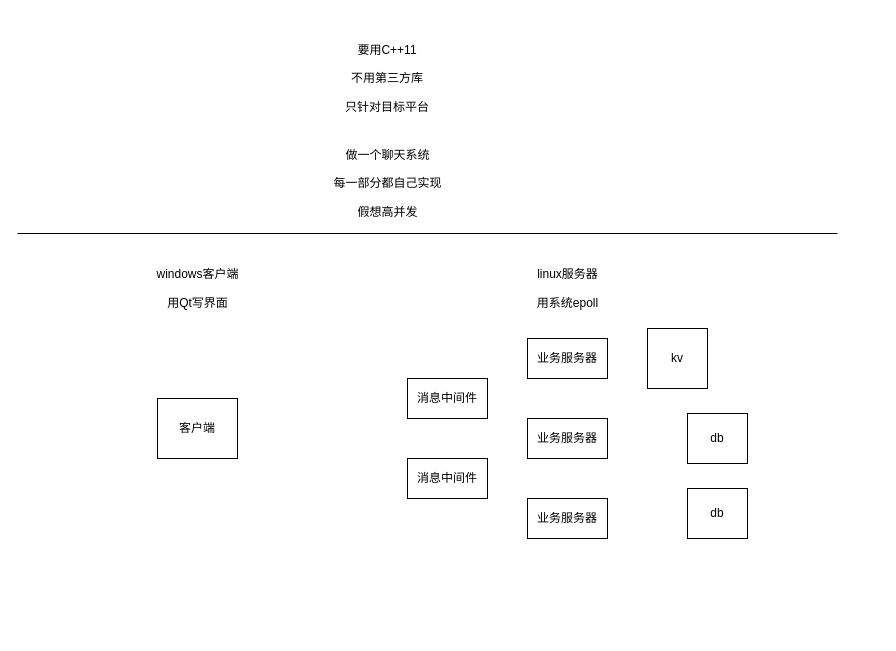
Before: mywheel.drawio in xuelei20/drawio, a draw.io diagram. Source tidied: cells renumbered, new cells numbered last; positions are measured from the earlier drawing's top-left corner, leaving out a move shared by most shapes. Both pictures are drawn from the tidied source at 100%, with x=0, y=0 at pixel (17, 43).
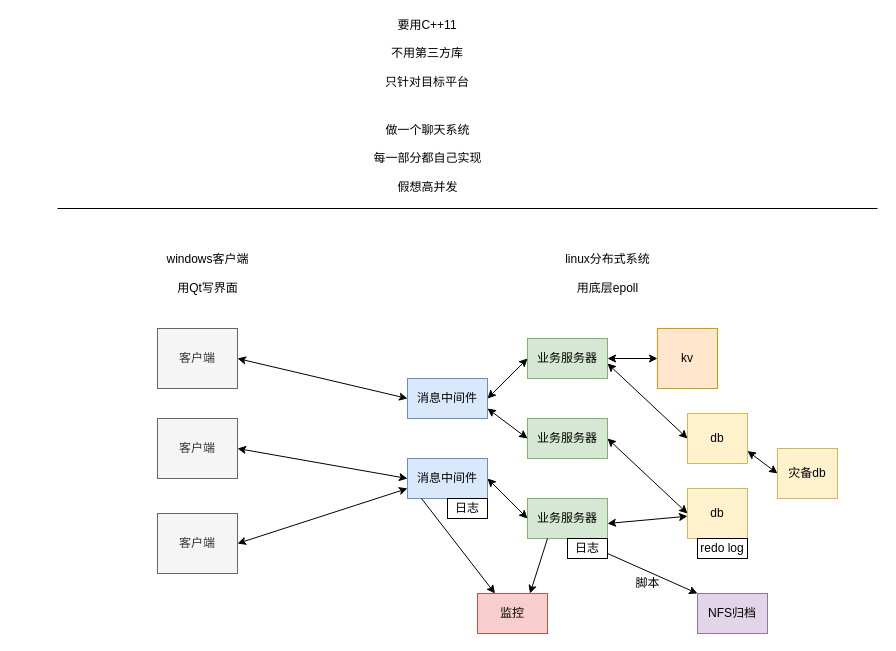
Above is the later version.

The edit, as a diff of the source:
```diff
@@
-    <mxCell id="2" value="业务服务器" style="rounded=0;whiteSpace=wrap;html=1;" parent="1" vertex="1">
+    <mxCell id="2" value="业务服务器" style="rounded=0;whiteSpace=wrap;html=1;fillColor=#d5e8d4;strokeColor=#82b366;" parent="1" vertex="1">
       <mxGeometry x="510" y="295" width="80" height="40" as="geometry" />
     </mxCell>
     <mxCell id="3" value="要用C++11&lt;br&gt;&lt;br&gt;不用第三方库&lt;br&gt;&lt;br&gt;只针对目标平台" style="text;html=1;strokeColor=none;fillColor=none;align=center;verticalAlign=middle;whiteSpace=wrap;rounded=0;" parent="1" vertex="1">
-      <mxGeometry x="280" width="180" height="70" as="geometry" />
+      <mxGeometry x="320" y="-25" width="180" height="70" as="geometry" />
     </mxCell>
-    <mxCell id="4" value="业务服务器" style="rounded=0;whiteSpace=wrap;html=1;" parent="1" vertex="1">
+    <mxCell id="4" value="业务服务器" style="rounded=0;whiteSpace=wrap;html=1;fillColor=#d5e8d4;strokeColor=#82b366;" parent="1" vertex="1">
       <mxGeometry x="510" y="375" width="80" height="40" as="geometry" />
     </mxCell>
-    <mxCell id="5" value="db" style="rounded=0;whiteSpace=wrap;html=1;" parent="1" vertex="1">
+    <mxCell id="5" value="db" style="rounded=0;whiteSpace=wrap;html=1;fillColor=#fff2cc;strokeColor=#d6b656;" parent="1" vertex="1">
       <mxGeometry x="670" y="370" width="60" height="50" as="geometry" />
     </mxCell>
-    <mxCell id="6" value="db" style="rounded=0;whiteSpace=wrap;html=1;" parent="1" vertex="1">
+    <mxCell id="6" value="db" style="rounded=0;whiteSpace=wrap;html=1;fillColor=#fff2cc;strokeColor=#d6b656;" parent="1" vertex="1">
       <mxGeometry x="670" y="445" width="60" height="50" as="geometry" />
     </mxCell>
-    <mxCell id="7" value="消息中间件" style="rounded=0;whiteSpace=wrap;html=1;" parent="1" vertex="1">
+    <mxCell id="7" value="消息中间件" style="rounded=0;whiteSpace=wrap;html=1;fillColor=#dae8fc;strokeColor=#6c8ebf;" parent="1" vertex="1">
       <mxGeometry x="390" y="335" width="80" height="40" as="geometry" />
     </mxCell>
-    <mxCell id="8" value="消息中间件" style="rounded=0;whiteSpace=wrap;html=1;" parent="1" vertex="1">
+    <mxCell id="8" value="消息中间件" style="rounded=0;whiteSpace=wrap;html=1;fillColor=#dae8fc;strokeColor=#6c8ebf;" parent="1" vertex="1">
       <mxGeometry x="390" y="415" width="80" height="40" as="geometry" />
     </mxCell>
-    <mxCell id="9" value="业务服务器" style="rounded=0;whiteSpace=wrap;html=1;" parent="1" vertex="1">
+    <mxCell id="9" value="业务服务器" style="rounded=0;whiteSpace=wrap;html=1;fillColor=#d5e8d4;strokeColor=#82b366;" parent="1" vertex="1">
       <mxGeometry x="510" y="455" width="80" height="40" as="geometry" />
     </mxCell>
-    <mxCell id="10" value="kv" style="rounded=0;whiteSpace=wrap;html=1;" parent="1" vertex="1">
-      <mxGeometry x="630" y="285" width="60" height="60" as="geometry" />
+    <mxCell id="10" value="kv" style="rounded=0;whiteSpace=wrap;html=1;fillColor=#ffe6cc;strokeColor=#d79b00;" parent="1" vertex="1">
+      <mxGeometry x="640" y="285" width="60" height="60" as="geometry" />
     </mxCell>
-    <mxCell id="11" value="linux服务器&lt;br&gt;&lt;br&gt;用系统epoll" style="text;html=1;align=center;verticalAlign=middle;" parent="1" vertex="1">
-      <mxGeometry x="510" y="220" width="80" height="50" as="geometry" />
+    <mxCell id="11" value="linux分布式系统&lt;br&gt;&lt;br&gt;用底层epoll" style="text;html=1;align=center;verticalAlign=middle;" parent="1" vertex="1">
+      <mxGeometry x="540" y="205" width="100" height="50" as="geometry" />
     </mxCell>
     <mxCell id="12" value="做一个聊天系统&lt;br&gt;&lt;br&gt;每一部分都自己实现&lt;br&gt;&lt;br&gt;假想高并发" style="text;html=1;align=center;verticalAlign=middle;" parent="1" vertex="1">
-      <mxGeometry x="310" y="100" width="120" height="80" as="geometry" />
+      <mxGeometry x="350" y="75" width="120" height="80" as="geometry" />
     </mxCell>
     <mxCell id="13" value="windows客户端&lt;br&gt;&lt;br&gt;用Qt写界面" style="text;html=1;align=center;verticalAlign=middle;" parent="1" vertex="1">
-      <mxGeometry x="130" y="220" width="100" height="50" as="geometry" />
+      <mxGeometry x="140" y="205" width="100" height="50" as="geometry" />
     </mxCell>
-    <mxCell id="14" value="客户端" style="rounded=0;whiteSpace=wrap;html=1;" parent="1" vertex="1">
-      <mxGeometry x="140" y="355" width="80" height="60" as="geometry" />
+    <mxCell id="14" value="客户端" style="rounded=0;whiteSpace=wrap;html=1;fillColor=#f5f5f5;strokeColor=#666666;fontColor=#333333;" parent="1" vertex="1">
+      <mxGeometry x="140" y="285" width="80" height="60" as="geometry" />
     </mxCell>
     <mxCell id="15" style="endArrow=none;html=1;" parent="1" edge="1">
       <mxGeometry relative="1" as="geometry">
-        <mxPoint y="190" as="sourcePoint" />
-        <mxPoint x="820" y="190" as="targetPoint" />
+        <mxPoint x="40" y="165" as="sourcePoint" />
+        <mxPoint x="860" y="165" as="targetPoint" />
       </mxGeometry>
     </mxCell>
+    <mxCell id="16" value="监控" style="rounded=0;whiteSpace=wrap;html=1;fillColor=#f8cecc;strokeColor=#b85450;" parent="1" vertex="1">
+      <mxGeometry x="460" y="550" width="70" height="40" as="geometry" />
+    </mxCell>
+    <mxCell id="17" value="日志" style="rounded=0;whiteSpace=wrap;html=1;fillColor=#ffffff;" parent="1" vertex="1">
+      <mxGeometry x="550" y="495" width="40" height="20" as="geometry" />
+    </mxCell>
+    <mxCell id="18" style="endArrow=classic;startArrow=classic;html=1;exitX=1;exitY=0.5;exitDx=0;exitDy=0;entryX=0;entryY=0.5;entryDx=0;entryDy=0;" parent="1" edge="1" source="14" target="7">
+      <mxGeometry relative="1" as="geometry" />
+    </mxCell>
+    <mxCell id="19" style="endArrow=classic;startArrow=classic;html=1;exitX=1;exitY=0.5;exitDx=0;exitDy=0;entryX=0;entryY=0.5;entryDx=0;entryDy=0;" parent="1" edge="1" source="20" target="8">
+      <mxGeometry relative="1" as="geometry" />
+    </mxCell>
+    <mxCell id="20" value="客户端" style="rounded=0;whiteSpace=wrap;html=1;fillColor=#f5f5f5;strokeColor=#666666;fontColor=#333333;" parent="1" vertex="1">
+      <mxGeometry x="140" y="375" width="80" height="60" as="geometry" />
+    </mxCell>
+    <mxCell id="21" style="endArrow=classic;startArrow=classic;html=1;entryX=0;entryY=0.5;entryDx=0;entryDy=0;exitX=1;exitY=0.5;exitDx=0;exitDy=0;" parent="1" edge="1" source="7" target="2">
+      <mxGeometry relative="1" as="geometry" />
+    </mxCell>
+    <mxCell id="22" style="endArrow=classic;startArrow=classic;html=1;entryX=0;entryY=0.5;entryDx=0;entryDy=0;exitX=1;exitY=0.5;exitDx=0;exitDy=0;" parent="1" edge="1" source="8" target="9">
+      <mxGeometry relative="1" as="geometry" />
+    </mxCell>
+    <mxCell id="23" style="endArrow=classic;startArrow=classic;html=1;entryX=0;entryY=0.5;entryDx=0;entryDy=0;" parent="1" edge="1" target="5">
+      <mxGeometry relative="1" as="geometry">
+        <mxPoint x="590" y="320" as="sourcePoint" />
+      </mxGeometry>
+    </mxCell>
+    <mxCell id="24" style="endArrow=classic;startArrow=classic;html=1;entryX=0;entryY=0.5;entryDx=0;entryDy=0;exitX=1;exitY=0.5;exitDx=0;exitDy=0;" parent="1" edge="1" source="4" target="6">
+      <mxGeometry relative="1" as="geometry" />
+    </mxCell>
+    <mxCell id="25" style="endArrow=classic;startArrow=classic;html=1;entryX=0;entryY=0.5;entryDx=0;entryDy=0;exitX=1;exitY=0.5;exitDx=0;exitDy=0;" parent="1" edge="1" source="2" target="10">
+      <mxGeometry relative="1" as="geometry" />
+    </mxCell>
+    <mxCell id="26" value="日志" style="rounded=0;whiteSpace=wrap;html=1;fillColor=#ffffff;" parent="1" vertex="1">
+      <mxGeometry x="430" y="455" width="40" height="20" as="geometry" />
+    </mxCell>
+    <mxCell id="27" value="redo log" style="rounded=0;whiteSpace=wrap;html=1;fillColor=#ffffff;" parent="1" vertex="1">
+      <mxGeometry x="680" y="495" width="50" height="20" as="geometry" />
+    </mxCell>
+    <mxCell id="28" value="NFS归档" style="rounded=0;whiteSpace=wrap;html=1;fillColor=#e1d5e7;strokeColor=#9673a6;" parent="1" vertex="1">
+      <mxGeometry x="680" y="550" width="70" height="40" as="geometry" />
+    </mxCell>
+    <mxCell id="29" style="endArrow=classic;startArrow=classic;html=1;" parent="1" edge="1" target="6">
+      <mxGeometry relative="1" as="geometry">
+        <mxPoint x="590" y="480" as="sourcePoint" />
+      </mxGeometry>
+    </mxCell>
+    <mxCell id="30" value="客户端" style="rounded=0;whiteSpace=wrap;html=1;fillColor=#f5f5f5;strokeColor=#666666;fontColor=#333333;" parent="1" vertex="1">
+      <mxGeometry x="140" y="470" width="80" height="60" as="geometry" />
+    </mxCell>
+    <mxCell id="31" style="endArrow=classic;startArrow=classic;html=1;exitX=1;exitY=0.75;exitDx=0;exitDy=0;entryX=0;entryY=0.5;entryDx=0;entryDy=0;" parent="1" edge="1" source="7" target="4">
+      <mxGeometry relative="1" as="geometry" />
+    </mxCell>
+    <mxCell id="32" style="endArrow=classic;startArrow=classic;html=1;exitX=1;exitY=0.5;exitDx=0;exitDy=0;entryX=0;entryY=0.75;entryDx=0;entryDy=0;" parent="1" edge="1" source="30" target="8">
+      <mxGeometry relative="1" as="geometry" />
+    </mxCell>
+    <mxCell id="33" style="endArrow=classic;html=1;exitX=0.175;exitY=1;exitDx=0;exitDy=0;exitPerimeter=0;entryX=0.25;entryY=0;entryDx=0;entryDy=0;" parent="1" edge="1" source="8" target="16">
+      <mxGeometry relative="1" as="geometry" />
+    </mxCell>
+    <mxCell id="34" style="endArrow=classic;html=1;exitX=0.25;exitY=1;exitDx=0;exitDy=0;entryX=0.75;entryY=0;entryDx=0;entryDy=0;" parent="1" edge="1" source="9" target="16">
+      <mxGeometry relative="1" as="geometry" />
+    </mxCell>
+    <mxCell id="35" value="灾备db" style="rounded=0;whiteSpace=wrap;html=1;fillColor=#fff2cc;strokeColor=#d6b656;" parent="1" vertex="1">
+      <mxGeometry x="760" y="405" width="60" height="50" as="geometry" />
+    </mxCell>
+    <mxCell id="36" value="脚本" style="text;html=1;align=center;verticalAlign=middle;" parent="1" vertex="1">
+      <mxGeometry x="610" y="530" width="40" height="20" as="geometry" />
+    </mxCell>
+    <mxCell id="37" style="endArrow=classic;html=1;entryX=0;entryY=0;entryDx=0;entryDy=0;exitX=1;exitY=0.75;exitDx=0;exitDy=0;" parent="1" edge="1" source="17" target="28">
+      <mxGeometry relative="1" as="geometry" />
+    </mxCell>
+    <mxCell id="38" style="endArrow=classic;startArrow=classic;html=1;entryX=0;entryY=0.5;entryDx=0;entryDy=0;exitX=1;exitY=0.75;exitDx=0;exitDy=0;" parent="1" edge="1" source="5" target="35">
+      <mxGeometry relative="1" as="geometry" />
+    </mxCell>
```
